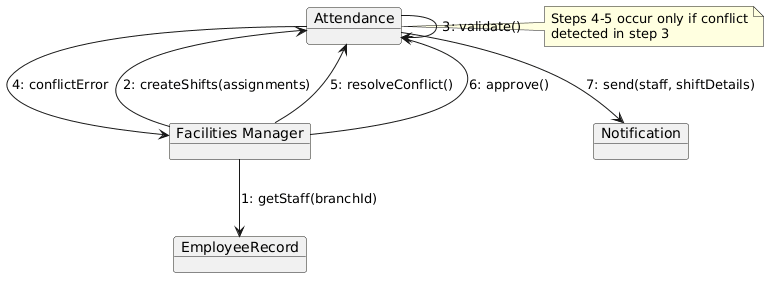
Before: Diagrams/Collaboration Diagrams/BS_FCM_01.png, a diagram exported from PlantUML (erindkotobelli12/BankManagementSystem). The source it was exported from:
```plantuml
@startuml
skinparam objectStyle rectangle

object "Facilities Manager" as FM
object "EmployeeRecord" as ER
object "Attendance" as AT
object "Notification" as N

FM --> ER : 1: getStaff(branchId)
FM --> AT : 2: createShifts(assignments)
AT --> AT : 3: validate()
AT --> FM : 4: conflictError
FM --> AT : 5: resolveConflict()
FM --> AT : 6: approve()
AT --> N  : 7: send(staff, shiftDetails)

note right of AT #lightyellow
  Steps 4-5 occur only if conflict
  detected in step 3
end note
@enduml
```
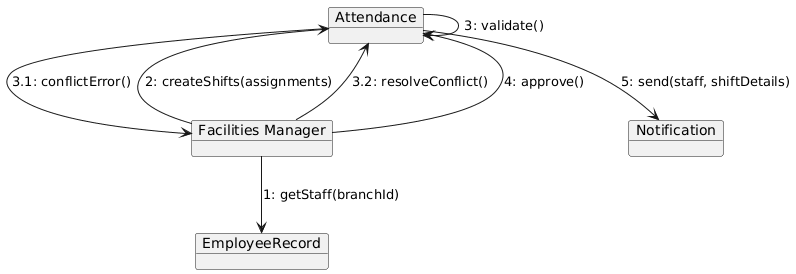
The same file after the commit.

What changed in the source:
```diff
@@ -1,21 +1,14 @@
 @startuml
-skinparam objectStyle rectangle
+object "Attendance" as Attendance
+object "Facilities Manager" as FM
+object "EmployeeRecord" as EmployeeRecord
+object "Notification" as Notification
 
-object "Facilities Manager" as FM
-object "EmployeeRecord" as ER
-object "Attendance" as AT
-object "Notification" as N
-
-FM --> ER : 1: getStaff(branchId)
-FM --> AT : 2: createShifts(assignments)
-AT --> AT : 3: validate()
-AT --> FM : 4: conflictError
-FM --> AT : 5: resolveConflict()
-FM --> AT : 6: approve()
-AT --> N  : 7: send(staff, shiftDetails)
-
-note right of AT #lightyellow
-  Steps 4-5 occur only if conflict
-  detected in step 3
-end note
+FM --> EmployeeRecord : 1: getStaff(branchId)
+FM --> Attendance : 2: createShifts(assignments)
+Attendance --> Attendance : 3: validate()
+Attendance --> FM : 3.1: conflictError()
+FM --> Attendance : 3.2: resolveConflict()
+FM --> Attendance : 4: approve()
+Attendance --> Notification : 5: send(staff, shiftDetails)
 @enduml
```
